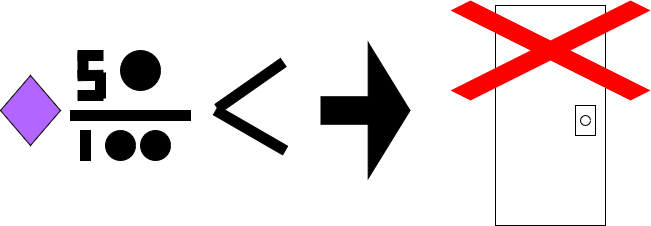
CSCI-526/fall-2024-project-tuesday-kandam keeps this draw.io diagram as Assets/Images/DOORRULES.drawio.png. Above is the earlier version. Source tidied: cells renumbered, new cells last; positions are measured from the earlier drawing's top-left corner, leaving out a move shared by most shapes. Source of this version:
```xml
<mxGraphModel>
  <root>
    <mxCell id="0" />
    <mxCell id="1" parent="0" />
    <mxCell id="2" style="rounded=0;whiteSpace=wrap;html=1;" parent="1" vertex="1">
      <mxGeometry x="495" y="5" width="110" height="220" as="geometry" />
    </mxCell>
    <mxCell id="3" style="rounded=0;whiteSpace=wrap;html=1;" parent="1" vertex="1">
      <mxGeometry x="575" y="105" width="20" height="30" as="geometry" />
    </mxCell>
    <mxCell id="4" style="ellipse;whiteSpace=wrap;html=1;" parent="1" vertex="1">
      <mxGeometry x="580" y="115" width="10" height="10" as="geometry" />
    </mxCell>
    <mxCell id="5" style="rounded=0;whiteSpace=wrap;html=1;fillColor=#000000;" parent="1" vertex="1">
      <mxGeometry x="70" y="110" width="120" height="10" as="geometry" />
    </mxCell>
    <mxCell id="6" style="rounded=0;whiteSpace=wrap;html=1;fillColor=#000000;" parent="1" vertex="1">
      <mxGeometry x="80" y="130" width="10" height="30" as="geometry" />
    </mxCell>
    <mxCell id="7" style="ellipse;whiteSpace=wrap;html=1;fillColor=#000000;" parent="1" vertex="1">
      <mxGeometry x="140" y="130" width="30" height="30" as="geometry" />
    </mxCell>
    <mxCell id="8" style="rounded=0;whiteSpace=wrap;html=1;fillColor=#000000;" parent="1" vertex="1">
      <mxGeometry x="77.5" y="50" width="25" height="10" as="geometry" />
    </mxCell>
    <mxCell id="9" style="rounded=0;whiteSpace=wrap;html=1;rotation=90;fillColor=#000000;" parent="1" vertex="1">
      <mxGeometry x="70" y="60" width="25" height="10" as="geometry" />
    </mxCell>
    <mxCell id="10" style="rounded=0;whiteSpace=wrap;html=1;rotation=-1;fillColor=#000000;" parent="1" vertex="1">
      <mxGeometry x="77.5" y="70" width="25" height="10" as="geometry" />
    </mxCell>
    <mxCell id="11" style="rounded=0;whiteSpace=wrap;html=1;rotation=90;fillColor=#000000;" parent="1" vertex="1">
      <mxGeometry x="87.5" y="80" width="25" height="10" as="geometry" />
    </mxCell>
    <mxCell id="12" style="rounded=0;whiteSpace=wrap;html=1;rotation=0;fillColor=#000000;" parent="1" vertex="1">
      <mxGeometry x="77.5" y="90" width="25" height="10" as="geometry" />
    </mxCell>
    <mxCell id="13" style="ellipse;whiteSpace=wrap;html=1;fillColor=#000000;" parent="1" vertex="1">
      <mxGeometry x="105" y="130" width="30" height="30" as="geometry" />
    </mxCell>
    <mxCell id="14" style="rhombus;whiteSpace=wrap;html=1;fillColor=#B266FF;" parent="1" vertex="1">
      <mxGeometry y="75" width="60" height="70" as="geometry" />
    </mxCell>
    <mxCell id="15" style="rounded=0;whiteSpace=wrap;html=1;fillColor=#000000;rotation=-35;" parent="1" vertex="1">
      <mxGeometry x="210" y="80" width="80" height="10" as="geometry" />
    </mxCell>
    <mxCell id="16" style="rounded=0;whiteSpace=wrap;html=1;fillColor=#000000;rotation=30;" parent="1" vertex="1">
      <mxGeometry x="210" y="125" width="80" height="10" as="geometry" />
    </mxCell>
    <mxCell id="17" style="shape=flexArrow;endArrow=classic;html=1;rounded=0;endWidth=107.5;endSize=13.608333333333333;width=27.5;fillColor=#000000;" parent="1" edge="1">
      <mxGeometry relative="1" as="geometry">
        <mxPoint x="320" y="110" as="sourcePoint" />
        <mxPoint x="410" y="110" as="targetPoint" />
      </mxGeometry>
    </mxCell>
    <mxCell id="18" style="ellipse;whiteSpace=wrap;html=1;fillColor=#000000;" parent="1" vertex="1">
      <mxGeometry x="120" y="50" width="40" height="40" as="geometry" />
    </mxCell>
    <mxCell id="19" style="shape=mxgraph.mockup.markup.redX;fillColor=#ff0000;html=1;shadow=0;whiteSpace=wrap;strokeColor=none;" parent="1" vertex="1">
      <mxGeometry x="450" width="200" height="100" as="geometry" />
    </mxCell>
  </root>
</mxGraphModel>
```
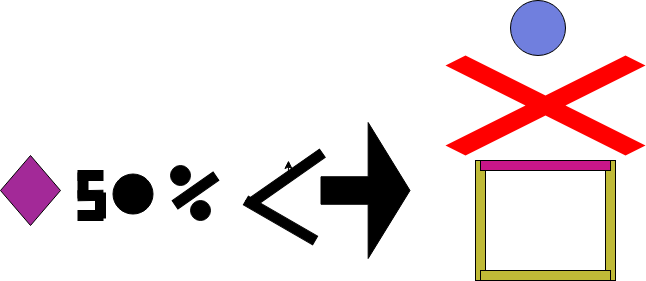
After the commit.

The edit, as a diff of the source:
```diff
@@ -2,50 +2,29 @@
   <root>
     <mxCell id="0" />
     <mxCell id="1" parent="0" />
-    <mxCell id="2" style="rounded=0;whiteSpace=wrap;html=1;" parent="1" vertex="1">
-      <mxGeometry x="495" y="5" width="110" height="220" as="geometry" />
-    </mxCell>
-    <mxCell id="3" style="rounded=0;whiteSpace=wrap;html=1;" parent="1" vertex="1">
-      <mxGeometry x="575" y="105" width="20" height="30" as="geometry" />
-    </mxCell>
-    <mxCell id="4" style="ellipse;whiteSpace=wrap;html=1;" parent="1" vertex="1">
-      <mxGeometry x="580" y="115" width="10" height="10" as="geometry" />
-    </mxCell>
-    <mxCell id="5" style="rounded=0;whiteSpace=wrap;html=1;fillColor=#000000;" parent="1" vertex="1">
-      <mxGeometry x="70" y="110" width="120" height="10" as="geometry" />
-    </mxCell>
-    <mxCell id="6" style="rounded=0;whiteSpace=wrap;html=1;fillColor=#000000;" parent="1" vertex="1">
-      <mxGeometry x="80" y="130" width="10" height="30" as="geometry" />
-    </mxCell>
-    <mxCell id="7" style="ellipse;whiteSpace=wrap;html=1;fillColor=#000000;" parent="1" vertex="1">
-      <mxGeometry x="140" y="130" width="30" height="30" as="geometry" />
-    </mxCell>
     <mxCell id="8" style="rounded=0;whiteSpace=wrap;html=1;fillColor=#000000;" parent="1" vertex="1">
-      <mxGeometry x="77.5" y="50" width="25" height="10" as="geometry" />
+      <mxGeometry x="77.5" y="90" width="25" height="10" as="geometry" />
     </mxCell>
     <mxCell id="9" style="rounded=0;whiteSpace=wrap;html=1;rotation=90;fillColor=#000000;" parent="1" vertex="1">
-      <mxGeometry x="70" y="60" width="25" height="10" as="geometry" />
+      <mxGeometry x="70" y="100" width="25" height="10" as="geometry" />
     </mxCell>
     <mxCell id="10" style="rounded=0;whiteSpace=wrap;html=1;rotation=-1;fillColor=#000000;" parent="1" vertex="1">
-      <mxGeometry x="77.5" y="70" width="25" height="10" as="geometry" />
+      <mxGeometry x="77.5" y="110" width="25" height="10" as="geometry" />
     </mxCell>
     <mxCell id="11" style="rounded=0;whiteSpace=wrap;html=1;rotation=90;fillColor=#000000;" parent="1" vertex="1">
-      <mxGeometry x="87.5" y="80" width="25" height="10" as="geometry" />
+      <mxGeometry x="87.5" y="120" width="25" height="10" as="geometry" />
     </mxCell>
     <mxCell id="12" style="rounded=0;whiteSpace=wrap;html=1;rotation=0;fillColor=#000000;" parent="1" vertex="1">
-      <mxGeometry x="77.5" y="90" width="25" height="10" as="geometry" />
+      <mxGeometry x="77.5" y="130" width="25" height="10" as="geometry" />
     </mxCell>
-    <mxCell id="13" style="ellipse;whiteSpace=wrap;html=1;fillColor=#000000;" parent="1" vertex="1">
-      <mxGeometry x="105" y="130" width="30" height="30" as="geometry" />
-    </mxCell>
-    <mxCell id="14" style="rhombus;whiteSpace=wrap;html=1;fillColor=#B266FF;" parent="1" vertex="1">
+    <mxCell id="14" style="rhombus;whiteSpace=wrap;html=1;fillColor=#A32998;" parent="1" vertex="1">
       <mxGeometry y="75" width="60" height="70" as="geometry" />
     </mxCell>
     <mxCell id="15" style="rounded=0;whiteSpace=wrap;html=1;fillColor=#000000;rotation=-35;" parent="1" vertex="1">
-      <mxGeometry x="210" y="80" width="80" height="10" as="geometry" />
+      <mxGeometry x="170" y="105" width="50" height="10" as="geometry" />
     </mxCell>
     <mxCell id="16" style="rounded=0;whiteSpace=wrap;html=1;fillColor=#000000;rotation=30;" parent="1" vertex="1">
-      <mxGeometry x="210" y="125" width="80" height="10" as="geometry" />
+      <mxGeometry x="240" y="135" width="80" height="10" as="geometry" />
     </mxCell>
     <mxCell id="17" style="shape=flexArrow;endArrow=classic;html=1;rounded=0;endWidth=107.5;endSize=13.608333333333333;width=27.5;fillColor=#000000;" parent="1" edge="1">
       <mxGeometry relative="1" as="geometry">
@@ -54,10 +33,42 @@
       </mxGeometry>
     </mxCell>
     <mxCell id="18" style="ellipse;whiteSpace=wrap;html=1;fillColor=#000000;" parent="1" vertex="1">
-      <mxGeometry x="120" y="50" width="40" height="40" as="geometry" />
+      <mxGeometry x="112.5" y="93.5" width="40" height="40" as="geometry" />
     </mxCell>
     <mxCell id="19" style="shape=mxgraph.mockup.markup.redX;fillColor=#ff0000;html=1;shadow=0;whiteSpace=wrap;strokeColor=none;" parent="1" vertex="1">
-      <mxGeometry x="450" width="200" height="100" as="geometry" />
+      <mxGeometry x="445" y="-25" width="200" height="100" as="geometry" />
     </mxCell>
+    <mxCell id="20" style="ellipse;whiteSpace=wrap;html=1;fillColor=#000000;" parent="1" vertex="1">
+      <mxGeometry x="170" y="85" width="20" height="20" as="geometry" />
+    </mxCell>
+    <mxCell id="21" style="ellipse;whiteSpace=wrap;html=1;fillColor=#000000;" parent="1" vertex="1">
+      <mxGeometry x="190" y="120" width="20" height="20" as="geometry" />
+    </mxCell>
+    <mxCell id="22" style="edgeStyle=orthogonalEdgeStyle;rounded=0;jettySize=auto;html=1;exitX=0.5;exitY=1;exitDx=0;exitDy=0;" parent="1" edge="1" source="23">
+      <mxGeometry relative="1" as="geometry">
+        <mxPoint x="288" y="80" as="targetPoint" />
+      </mxGeometry>
+    </mxCell>
+    <mxCell id="23" style="rounded=0;whiteSpace=wrap;html=1;fillColor=#000000;rotation=-35;" parent="1" vertex="1">
+      <mxGeometry x="240" y="93.5" width="90" height="10" as="geometry" />
+    </mxCell>
+    <mxCell id="24" style="edgeStyle=orthogonalEdgeStyle;rounded=0;orthogonalLoop=1;jettySize=auto;html=1;exitX=1;exitY=1;exitDx=0;exitDy=0;entryX=0.75;entryY=1;entryDx=0;entryDy=0;" parent="1" edge="1" source="15" target="15">
+      <mxGeometry relative="1" as="geometry" />
+    </mxCell>
+    <mxCell id="25" style="rounded=0;whiteSpace=wrap;html=1;rotation=90;fillColor=#BFBA37;" parent="1" vertex="1">
+      <mxGeometry x="420" y="135" width="120" height="10" as="geometry" />
+    </mxCell>
+    <mxCell id="26" style="rounded=0;whiteSpace=wrap;html=1;rotation=90;fillColor=#BFBA37;" parent="1" vertex="1">
+      <mxGeometry x="550" y="135" width="120" height="10" as="geometry" />
+    </mxCell>
+    <mxCell id="27" style="rounded=0;whiteSpace=wrap;html=1;rotation=0;fillColor=#BFBA37;" parent="1" vertex="1">
+      <mxGeometry x="480" y="190" width="130" height="10" as="geometry" />
+    </mxCell>
+    <mxCell id="28" style="rounded=0;whiteSpace=wrap;html=1;rotation=0;fillColor=#C91688;" parent="1" vertex="1">
+      <mxGeometry x="480" y="80" width="130" height="10" as="geometry" />
+    </mxCell>
+    <mxCell id="29" style="ellipse;whiteSpace=wrap;html=1;fillColor=#707FDE;" parent="1" vertex="1">
+      <mxGeometry x="510" y="-80" width="55" height="55" as="geometry" />
+    </mxCell>
   </root>
 </mxGraphModel>
```
